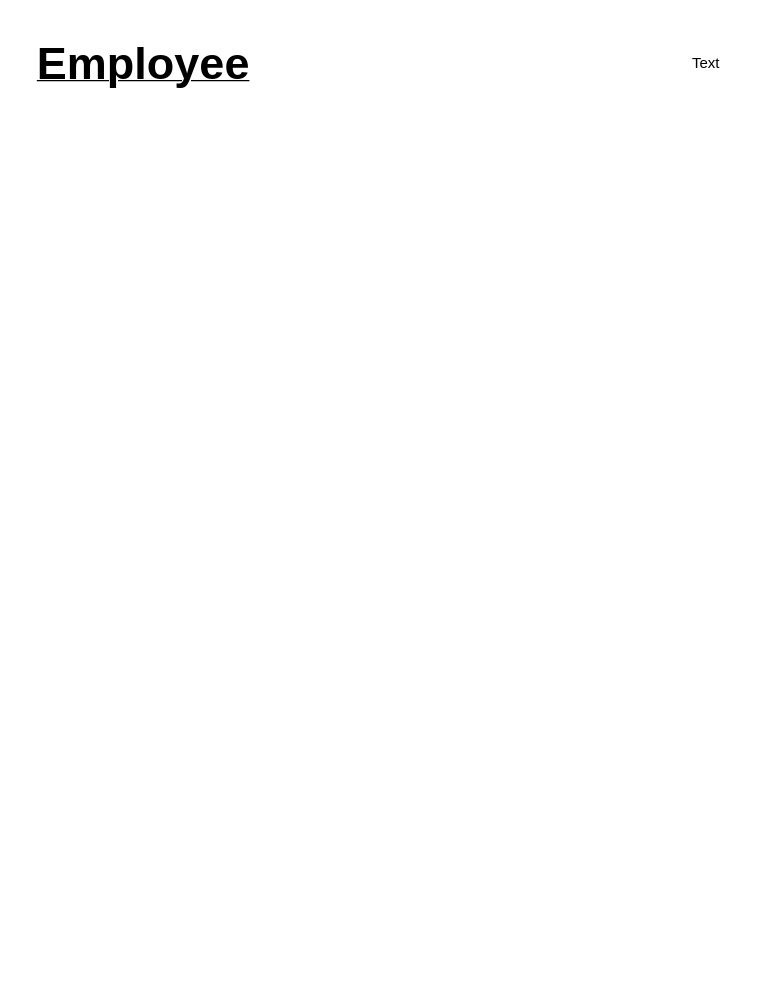
This is customerLogin.drawio from JRRattle/AdvancedSoftwareProject, a draw.io file, before an edit. Source tidied: cells renumbered, new cells numbered last; positions are measured from the earlier drawing's top-left corner, leaving out a move shared by most shapes. Both pictures are drawn from the tidied source at 125%, with x=0, y=0 at pixel (24, 25).
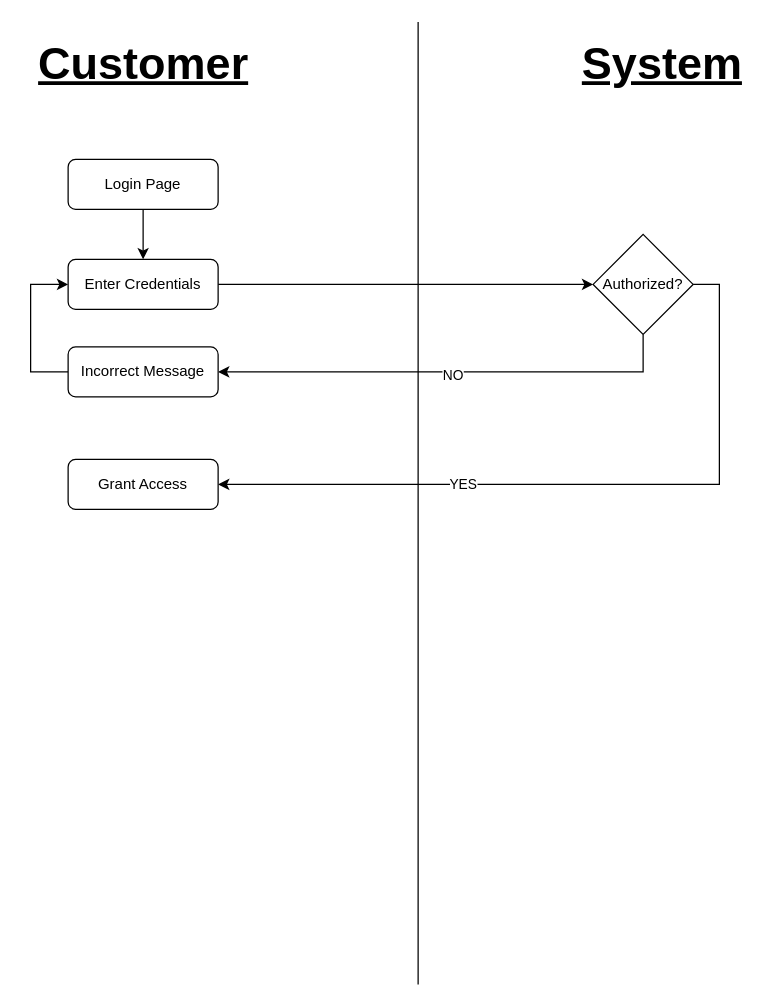
The same diagram, later.

The edit, as a diff of the source:
```diff
@@
-    <mxCell id="2" value="&lt;b&gt;&lt;u&gt;&lt;font style=&quot;font-size: 36px;&quot;&gt;Employee&lt;/font&gt;&lt;/u&gt;&lt;/b&gt;" style="text;html=1;align=center;verticalAlign=middle;strokeColor=none;fillColor=none;" parent="1" vertex="1">
+    <mxCell id="2" value="&lt;font style=&quot;font-size: 36px;&quot;&gt;&lt;b&gt;&lt;u&gt;Customer&lt;/u&gt;&lt;/b&gt;&lt;/font&gt;" style="text;html=1;align=center;verticalAlign=middle;strokeColor=none;fillColor=none;" parent="1" vertex="1">
       <mxGeometry width="190" height="60" as="geometry" />
     </mxCell>
-    <mxCell id="3" value="Text" style="text;html=1;align=center;verticalAlign=middle;strokeColor=none;fillColor=none;" parent="1" vertex="1">
-      <mxGeometry x="525" y="15" width="40" height="30" as="geometry" />
+    <mxCell id="3" value="&lt;font style=&quot;font-size: 36px;&quot;&gt;&lt;b&gt;&lt;u&gt;System&lt;/u&gt;&lt;/b&gt;&lt;/font&gt;" style="text;html=1;align=center;verticalAlign=middle;strokeColor=none;fillColor=none;" parent="1" vertex="1">
+      <mxGeometry x="435" width="150" height="60" as="geometry" />
     </mxCell>
+    <mxCell id="4" style="endArrow=none;html=1;rounded=0;" parent="1" edge="1">
+      <mxGeometry relative="1" as="geometry">
+        <mxPoint x="315" y="767" as="sourcePoint" />
+        <mxPoint x="315" y="-3" as="targetPoint" />
+      </mxGeometry>
+    </mxCell>
+    <mxCell id="5" style="edgeStyle=orthogonalEdgeStyle;rounded=0;jettySize=auto;html=1;" parent="1" edge="1" source="6">
+      <mxGeometry relative="1" as="geometry">
+        <mxPoint x="95" y="187" as="targetPoint" />
+      </mxGeometry>
+    </mxCell>
+    <mxCell id="6" value="Login Page" style="rounded=1;whiteSpace=wrap;html=1;" parent="1" vertex="1">
+      <mxGeometry x="35" y="107" width="120" height="40" as="geometry" />
+    </mxCell>
+    <mxCell id="7" style="edgeStyle=orthogonalEdgeStyle;rounded=0;jettySize=auto;html=1;" parent="1" edge="1" source="8">
+      <mxGeometry relative="1" as="geometry">
+        <mxPoint x="455" y="207" as="targetPoint" />
+      </mxGeometry>
+    </mxCell>
+    <mxCell id="8" value="&lt;div&gt;Enter Credentials&lt;/div&gt;" style="rounded=1;whiteSpace=wrap;html=1;" parent="1" vertex="1">
+      <mxGeometry x="35" y="187" width="120" height="40" as="geometry" />
+    </mxCell>
+    <mxCell id="9" style="edgeStyle=orthogonalEdgeStyle;rounded=0;jettySize=auto;html=1;" parent="1" edge="1" source="13">
+      <mxGeometry relative="1" as="geometry">
+        <mxPoint x="155" y="277" as="targetPoint" />
+        <Array as="points">
+          <mxPoint x="495" y="277" />
+        </Array>
+      </mxGeometry>
+    </mxCell>
+    <mxCell id="10" value="NO" style="edgeLabel;html=1;align=center;verticalAlign=middle;" parent="9" vertex="1">
+      <mxGeometry x="-0.01" y="2" relative="1" as="geometry" />
+    </mxCell>
+    <mxCell id="11" style="edgeStyle=orthogonalEdgeStyle;rounded=0;jettySize=auto;html=1;exitX=1;exitY=0.5;exitDx=0;exitDy=0;" parent="1" edge="1" source="13">
+      <mxGeometry relative="1" as="geometry">
+        <mxPoint x="155" y="367" as="targetPoint" />
+        <Array as="points">
+          <mxPoint x="556" y="207" />
+        </Array>
+      </mxGeometry>
+    </mxCell>
+    <mxCell id="12" value="YES" style="edgeLabel;html=1;align=center;verticalAlign=middle;" parent="11" vertex="1">
+      <mxGeometry x="0.33" y="-1" relative="1" as="geometry" />
+    </mxCell>
+    <mxCell id="13" value="Authorized?" style="rhombus;whiteSpace=wrap;html=1;" parent="1" vertex="1">
+      <mxGeometry x="455" y="167" width="80" height="80" as="geometry" />
+    </mxCell>
+    <mxCell id="14" style="edgeStyle=orthogonalEdgeStyle;rounded=0;jettySize=auto;html=1;entryX=0;entryY=0.5;entryDx=0;entryDy=0;" parent="1" edge="1" source="15" target="8">
+      <mxGeometry relative="1" as="geometry">
+        <Array as="points">
+          <mxPoint x="5" y="277" />
+          <mxPoint x="5" y="207" />
+        </Array>
+      </mxGeometry>
+    </mxCell>
+    <mxCell id="15" value="Incorrect Message" style="rounded=1;whiteSpace=wrap;html=1;" parent="1" vertex="1">
+      <mxGeometry x="35" y="257" width="120" height="40" as="geometry" />
+    </mxCell>
+    <mxCell id="16" value="Grant Access" style="rounded=1;whiteSpace=wrap;html=1;" parent="1" vertex="1">
+      <mxGeometry x="35" y="347" width="120" height="40" as="geometry" />
+    </mxCell>
```
